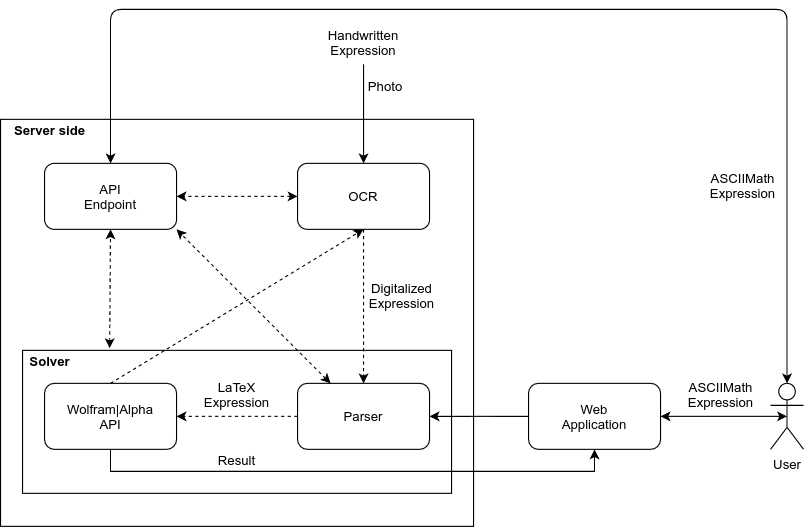
Before: images/sciq.png, a diagram exported from draw.io (hamzaamrani/SciQ). Source tidied: cells renumbered, new cells last; positions are measured from the earlier drawing's top-left corner, leaving out a move shared by most shapes. Source of this version:
```xml
<mxGraphModel>
  <root>
    <mxCell id="0" />
    <mxCell id="1" parent="0" />
    <mxCell id="2" style="rounded=0;whiteSpace=wrap;html=1;" parent="1" vertex="1">
      <mxGeometry y="100" width="430" height="370" as="geometry" />
    </mxCell>
    <mxCell id="3" value="User" style="shape=umlActor;verticalLabelPosition=bottom;labelBackgroundColor=#ffffff;verticalAlign=top;html=1;outlineConnect=0;" parent="1" vertex="1">
      <mxGeometry x="700" y="340" width="30" height="60" as="geometry" />
    </mxCell>
    <mxCell id="4" value="ASCIIMath&lt;br&gt;Expression" style="text;html=1;strokeColor=none;fillColor=none;align=center;verticalAlign=middle;whiteSpace=wrap;rounded=0;" parent="1" vertex="1">
      <mxGeometry x="630" y="330" width="50" height="40" as="geometry" />
    </mxCell>
    <mxCell id="5" style="edgeStyle=orthogonalEdgeStyle;rounded=0;orthogonalLoop=1;jettySize=auto;html=1;entryX=0;entryY=0.5;entryDx=0;entryDy=0;" parent="1" edge="1">
      <mxGeometry relative="1" as="geometry">
        <mxPoint x="250" y="310" as="sourcePoint" />
      </mxGeometry>
    </mxCell>
    <mxCell id="6" style="edgeStyle=orthogonalEdgeStyle;rounded=0;jettySize=auto;html=1;" parent="1" edge="1" target="8">
      <mxGeometry relative="1" as="geometry">
        <mxPoint x="330" y="50" as="sourcePoint" />
      </mxGeometry>
    </mxCell>
    <mxCell id="7" value="Handwritten&lt;br&gt;Expression" style="text;html=1;strokeColor=none;fillColor=none;align=center;verticalAlign=middle;whiteSpace=wrap;rounded=0;" parent="1" vertex="1">
      <mxGeometry x="310" y="20" width="40" height="20" as="geometry" />
    </mxCell>
    <mxCell id="8" style="rounded=1;whiteSpace=wrap;html=1;" parent="1" vertex="1">
      <mxGeometry x="270" y="140" width="120" height="60" as="geometry" />
    </mxCell>
    <mxCell id="9" value="OCR" style="text;html=1;strokeColor=none;fillColor=none;align=center;verticalAlign=middle;whiteSpace=wrap;rounded=0;" parent="1" vertex="1">
      <mxGeometry x="310" y="160" width="40" height="20" as="geometry" />
    </mxCell>
    <mxCell id="10" value="Photo" style="text;html=1;strokeColor=none;fillColor=none;align=center;verticalAlign=middle;whiteSpace=wrap;rounded=0;" parent="1" vertex="1">
      <mxGeometry x="330" y="60" width="40" height="20" as="geometry" />
    </mxCell>
    <mxCell id="11" value="Digitalized&lt;br&gt;Expression" style="text;html=1;strokeColor=none;fillColor=none;align=center;verticalAlign=middle;whiteSpace=wrap;rounded=0;" parent="1" vertex="1">
      <mxGeometry x="345" y="250" width="40" height="20" as="geometry" />
    </mxCell>
    <mxCell id="12" style="rounded=1;whiteSpace=wrap;html=1;direction=west;" parent="1" vertex="1">
      <mxGeometry x="480" y="340" width="120" height="60" as="geometry" />
    </mxCell>
    <mxCell id="13" value="Web&lt;br&gt;Application" style="text;html=1;strokeColor=none;fillColor=none;align=center;verticalAlign=middle;whiteSpace=wrap;rounded=0;" parent="1" vertex="1">
      <mxGeometry x="515" y="350" width="50" height="40" as="geometry" />
    </mxCell>
    <mxCell id="14" value="&lt;b&gt;Server side&lt;/b&gt;" style="text;html=1;strokeColor=none;fillColor=none;align=center;verticalAlign=middle;whiteSpace=wrap;rounded=0;" parent="1" vertex="1">
      <mxGeometry x="10" y="100" width="70" height="20" as="geometry" />
    </mxCell>
    <mxCell id="15" style="rounded=1;whiteSpace=wrap;html=1;" parent="1" vertex="1">
      <mxGeometry x="40" y="140" width="120" height="60" as="geometry" />
    </mxCell>
    <mxCell id="16" value="API&lt;br&gt;Endpoint" style="text;html=1;strokeColor=none;fillColor=none;align=center;verticalAlign=middle;whiteSpace=wrap;rounded=0;" parent="1" vertex="1">
      <mxGeometry x="80" y="160" width="40" height="20" as="geometry" />
    </mxCell>
    <mxCell id="17" style="rounded=0;whiteSpace=wrap;html=1;" parent="1" vertex="1">
      <mxGeometry x="20" y="310" width="390" height="130" as="geometry" />
    </mxCell>
    <mxCell id="18" style="edgeStyle=orthogonalEdgeStyle;rounded=0;jettySize=auto;html=1;entryX=0;entryY=0.5;entryDx=0;entryDy=0;dashed=1;" parent="1" edge="1" source="19" target="21">
      <mxGeometry relative="1" as="geometry" />
    </mxCell>
    <mxCell id="19" style="rounded=1;whiteSpace=wrap;html=1;direction=west;" parent="1" vertex="1">
      <mxGeometry x="270" y="340" width="120" height="60" as="geometry" />
    </mxCell>
    <mxCell id="20" value="Parser" style="text;html=1;strokeColor=none;fillColor=none;align=center;verticalAlign=middle;whiteSpace=wrap;rounded=0;" parent="1" vertex="1">
      <mxGeometry x="310" y="360" width="40" height="20" as="geometry" />
    </mxCell>
    <mxCell id="21" style="rounded=1;whiteSpace=wrap;html=1;direction=west;" parent="1" vertex="1">
      <mxGeometry x="40" y="340" width="120" height="60" as="geometry" />
    </mxCell>
    <mxCell id="22" value="LaTeX&lt;br&gt;Expression" style="text;html=1;strokeColor=none;fillColor=none;align=center;verticalAlign=middle;whiteSpace=wrap;rounded=0;" parent="1" vertex="1">
      <mxGeometry x="190" y="330" width="50" height="40" as="geometry" />
    </mxCell>
    <mxCell id="23" value="Wolfram|Alpha&lt;br&gt;API" style="text;html=1;strokeColor=none;fillColor=none;align=center;verticalAlign=middle;whiteSpace=wrap;rounded=0;" parent="1" vertex="1">
      <mxGeometry x="80" y="360" width="40" height="20" as="geometry" />
    </mxCell>
    <mxCell id="24" value="Result" style="text;html=1;strokeColor=none;fillColor=none;align=center;verticalAlign=middle;whiteSpace=wrap;rounded=0;" parent="1" vertex="1">
      <mxGeometry x="195" y="400" width="40" height="20" as="geometry" />
    </mxCell>
    <mxCell id="25" style="edgeStyle=orthogonalEdgeStyle;curved=1;jettySize=auto;html=1;entryX=0;entryY=0.5;entryDx=0;entryDy=0;exitX=1;exitY=0.5;exitDx=0;exitDy=0;" parent="1" edge="1" source="12" target="19">
      <mxGeometry relative="1" as="geometry" />
    </mxCell>
    <mxCell id="26" style="edgeStyle=orthogonalEdgeStyle;jettySize=auto;html=1;entryX=0.5;entryY=0;entryDx=0;entryDy=0;rounded=0;" parent="1" edge="1" source="21" target="12">
      <mxGeometry relative="1" as="geometry">
        <Array as="points">
          <mxPoint x="100" y="420" />
          <mxPoint x="540" y="420" />
        </Array>
      </mxGeometry>
    </mxCell>
    <mxCell id="27" value="&lt;b&gt;Solver&lt;/b&gt;" style="text;html=1;strokeColor=none;fillColor=none;align=center;verticalAlign=middle;whiteSpace=wrap;rounded=0;" parent="1" vertex="1">
      <mxGeometry x="25" y="310" width="40" height="20" as="geometry" />
    </mxCell>
    <mxCell id="28" style="edgeStyle=orthogonalEdgeStyle;rounded=0;jettySize=auto;html=1;entryX=0.5;entryY=1;entryDx=0;entryDy=0;dashed=1;" parent="1" edge="1" source="8" target="19">
      <mxGeometry relative="1" as="geometry" />
    </mxCell>
    <mxCell id="29" value="ASCIIMath&lt;br&gt;Expression" style="text;html=1;strokeColor=none;fillColor=none;align=center;verticalAlign=middle;whiteSpace=wrap;rounded=0;" parent="1" vertex="1">
      <mxGeometry x="650" y="140" width="50" height="40" as="geometry" />
    </mxCell>
    <mxCell id="30" style="endArrow=classic;startArrow=classic;html=1;exitX=0;exitY=0.5;exitDx=0;exitDy=0;entryX=0.5;entryY=0.5;entryDx=0;entryDy=0;entryPerimeter=0;" parent="1" edge="1" source="12" target="3">
      <mxGeometry relative="1" as="geometry" />
    </mxCell>
    <mxCell id="31" style="endArrow=classic;startArrow=classic;html=1;exitX=0.5;exitY=0;exitDx=0;exitDy=0;exitPerimeter=0;entryX=0.5;entryY=0;entryDx=0;entryDy=0;" parent="1" edge="1" source="3" target="15">
      <mxGeometry relative="1" as="geometry">
        <Array as="points">
          <mxPoint x="715" />
          <mxPoint x="100" />
        </Array>
      </mxGeometry>
    </mxCell>
    <mxCell id="32" style="endArrow=classic;startArrow=classic;html=1;exitX=0.75;exitY=1;exitDx=0;exitDy=0;dashed=1;curved=1;" parent="1" edge="1" source="19">
      <mxGeometry relative="1" as="geometry">
        <mxPoint x="160" y="200" as="targetPoint" />
      </mxGeometry>
    </mxCell>
    <mxCell id="33" style="endArrow=classic;startArrow=classic;html=1;entryX=0.5;entryY=1;entryDx=0;entryDy=0;exitX=0.203;exitY=-0.015;exitDx=0;exitDy=0;dashed=1;exitPerimeter=0;" parent="1" edge="1" source="17" target="15">
      <mxGeometry relative="1" as="geometry" />
    </mxCell>
    <mxCell id="34" style="endArrow=classic;startArrow=classic;html=1;entryX=1;entryY=0.5;entryDx=0;entryDy=0;exitX=0;exitY=0.5;exitDx=0;exitDy=0;dashed=1;" parent="1" edge="1" source="8" target="15">
      <mxGeometry relative="1" as="geometry" />
    </mxCell>
    <mxCell id="35" style="endArrow=classic;html=1;exitX=0.5;exitY=1;exitDx=0;exitDy=0;entryX=0.5;entryY=1;entryDx=0;entryDy=0;dashed=1;" parent="1" edge="1" source="21" target="8">
      <mxGeometry relative="1" as="geometry" />
    </mxCell>
  </root>
</mxGraphModel>
```
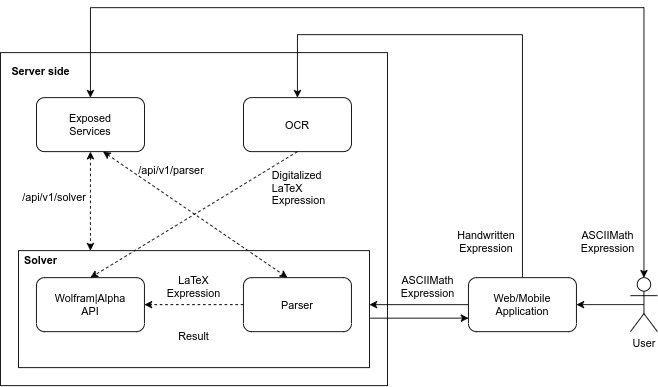
After the change.

Commit message:
Add new app schema img

Change to the diagram source:
```diff
@@ -3,44 +3,49 @@
     <mxCell id="0" />
     <mxCell id="1" parent="0" />
     <mxCell id="2" style="rounded=0;whiteSpace=wrap;html=1;" parent="1" vertex="1">
-      <mxGeometry y="100" width="430" height="370" as="geometry" />
+      <mxGeometry y="90" width="430" height="370" as="geometry" />
     </mxCell>
+    <mxCell id="31" style="edgeStyle=orthogonalEdgeStyle;rounded=0;jettySize=auto;html=1;entryX=0.5;entryY=0;entryDx=0;entryDy=0;startArrow=classic;startFill=1;endArrow=classic;endFill=1;" parent="1" edge="1" source="3" target="15">
+      <mxGeometry relative="1" as="geometry">
+        <Array as="points">
+          <mxPoint x="715" y="40" />
+          <mxPoint x="100" y="40" />
+        </Array>
+      </mxGeometry>
+    </mxCell>
     <mxCell id="3" value="User" style="shape=umlActor;verticalLabelPosition=bottom;labelBackgroundColor=#ffffff;verticalAlign=top;html=1;outlineConnect=0;" parent="1" vertex="1">
       <mxGeometry x="700" y="340" width="30" height="60" as="geometry" />
     </mxCell>
     <mxCell id="4" value="ASCIIMath&lt;br&gt;Expression" style="text;html=1;strokeColor=none;fillColor=none;align=center;verticalAlign=middle;whiteSpace=wrap;rounded=0;" parent="1" vertex="1">
-      <mxGeometry x="630" y="330" width="50" height="40" as="geometry" />
+      <mxGeometry x="450" y="330" width="50" height="40" as="geometry" />
     </mxCell>
     <mxCell id="5" style="edgeStyle=orthogonalEdgeStyle;rounded=0;orthogonalLoop=1;jettySize=auto;html=1;entryX=0;entryY=0.5;entryDx=0;entryDy=0;" parent="1" edge="1">
       <mxGeometry relative="1" as="geometry">
         <mxPoint x="250" y="310" as="sourcePoint" />
       </mxGeometry>
     </mxCell>
-    <mxCell id="6" style="edgeStyle=orthogonalEdgeStyle;rounded=0;jettySize=auto;html=1;" parent="1" edge="1" target="8">
-      <mxGeometry relative="1" as="geometry">
-        <mxPoint x="330" y="50" as="sourcePoint" />
-      </mxGeometry>
-    </mxCell>
     <mxCell id="7" value="Handwritten&lt;br&gt;Expression" style="text;html=1;strokeColor=none;fillColor=none;align=center;verticalAlign=middle;whiteSpace=wrap;rounded=0;" parent="1" vertex="1">
-      <mxGeometry x="310" y="20" width="40" height="20" as="geometry" />
+      <mxGeometry x="520" y="290" width="40" height="20" as="geometry" />
     </mxCell>
-    <mxCell id="8" style="rounded=1;whiteSpace=wrap;html=1;" parent="1" vertex="1">
+    <mxCell id="8" style="rounded=1;whiteSpace=wrap;html=1;strokeColor=#000000;" parent="1" vertex="1">
       <mxGeometry x="270" y="140" width="120" height="60" as="geometry" />
     </mxCell>
     <mxCell id="9" value="OCR" style="text;html=1;strokeColor=none;fillColor=none;align=center;verticalAlign=middle;whiteSpace=wrap;rounded=0;" parent="1" vertex="1">
       <mxGeometry x="310" y="160" width="40" height="20" as="geometry" />
     </mxCell>
-    <mxCell id="10" value="Photo" style="text;html=1;strokeColor=none;fillColor=none;align=center;verticalAlign=middle;whiteSpace=wrap;rounded=0;" parent="1" vertex="1">
-      <mxGeometry x="330" y="60" width="40" height="20" as="geometry" />
-    </mxCell>
-    <mxCell id="11" value="Digitalized&lt;br&gt;Expression" style="text;html=1;strokeColor=none;fillColor=none;align=center;verticalAlign=middle;whiteSpace=wrap;rounded=0;" parent="1" vertex="1">
-      <mxGeometry x="345" y="250" width="40" height="20" as="geometry" />
-    </mxCell>
+    <mxCell id="36" style="edgeStyle=orthogonalEdgeStyle;rounded=0;jettySize=auto;html=1;entryX=0.5;entryY=0;entryDx=0;entryDy=0;startArrow=none;startFill=0;endArrow=classic;endFill=1;" parent="1" edge="1" source="12" target="8">
+      <mxGeometry relative="1" as="geometry">
+        <Array as="points">
+          <mxPoint x="580" y="70" />
+          <mxPoint x="330" y="70" />
+        </Array>
+      </mxGeometry>
+    </mxCell>
     <mxCell id="12" style="rounded=1;whiteSpace=wrap;html=1;direction=west;" parent="1" vertex="1">
-      <mxGeometry x="480" y="340" width="120" height="60" as="geometry" />
+      <mxGeometry x="520" y="340" width="120" height="60" as="geometry" />
     </mxCell>
-    <mxCell id="13" value="Web&lt;br&gt;Application" style="text;html=1;strokeColor=none;fillColor=none;align=center;verticalAlign=middle;whiteSpace=wrap;rounded=0;" parent="1" vertex="1">
-      <mxGeometry x="515" y="350" width="50" height="40" as="geometry" />
+    <mxCell id="13" value="Web/Mobile&lt;br&gt;Application" style="text;html=1;strokeColor=none;fillColor=none;align=center;verticalAlign=middle;whiteSpace=wrap;rounded=0;" parent="1" vertex="1">
+      <mxGeometry x="555" y="350" width="50" height="40" as="geometry" />
     </mxCell>
     <mxCell id="14" value="&lt;b&gt;Server side&lt;/b&gt;" style="text;html=1;strokeColor=none;fillColor=none;align=center;verticalAlign=middle;whiteSpace=wrap;rounded=0;" parent="1" vertex="1">
       <mxGeometry x="10" y="100" width="70" height="20" as="geometry" />
@@ -48,7 +53,7 @@
     <mxCell id="15" style="rounded=1;whiteSpace=wrap;html=1;" parent="1" vertex="1">
       <mxGeometry x="40" y="140" width="120" height="60" as="geometry" />
     </mxCell>
-    <mxCell id="16" value="API&lt;br&gt;Endpoint" style="text;html=1;strokeColor=none;fillColor=none;align=center;verticalAlign=middle;whiteSpace=wrap;rounded=0;" parent="1" vertex="1">
+    <mxCell id="16" value="Exposed&lt;br&gt;Services" style="text;html=1;strokeColor=none;fillColor=none;align=center;verticalAlign=middle;whiteSpace=wrap;rounded=0;" parent="1" vertex="1">
       <mxGeometry x="80" y="160" width="40" height="20" as="geometry" />
     </mxCell>
     <mxCell id="17" style="rounded=0;whiteSpace=wrap;html=1;" parent="1" vertex="1">
@@ -72,53 +77,45 @@
     <mxCell id="23" value="Wolfram|Alpha&lt;br&gt;API" style="text;html=1;strokeColor=none;fillColor=none;align=center;verticalAlign=middle;whiteSpace=wrap;rounded=0;" parent="1" vertex="1">
       <mxGeometry x="80" y="360" width="40" height="20" as="geometry" />
     </mxCell>
+    <mxCell id="25" style="edgeStyle=orthogonalEdgeStyle;curved=1;jettySize=auto;html=1;exitX=1;exitY=0.5;exitDx=0;exitDy=0;" parent="1" edge="1" source="12">
+      <mxGeometry relative="1" as="geometry">
+        <mxPoint x="410" y="370" as="targetPoint" />
+      </mxGeometry>
+    </mxCell>
+    <mxCell id="27" value="&lt;b&gt;Solver&lt;/b&gt;" style="text;html=1;strokeColor=none;fillColor=none;align=center;verticalAlign=middle;whiteSpace=wrap;rounded=0;" parent="1" vertex="1">
+      <mxGeometry x="25" y="310" width="40" height="20" as="geometry" />
+    </mxCell>
+    <mxCell id="30" style="endArrow=none;startArrow=classic;html=1;exitX=0;exitY=0.5;exitDx=0;exitDy=0;entryX=0.5;entryY=0.5;entryDx=0;entryDy=0;entryPerimeter=0;startFill=1;endFill=0;" parent="1" edge="1" source="12" target="3">
+      <mxGeometry relative="1" as="geometry" />
+    </mxCell>
     <mxCell id="24" value="Result" style="text;html=1;strokeColor=none;fillColor=none;align=center;verticalAlign=middle;whiteSpace=wrap;rounded=0;" parent="1" vertex="1">
-      <mxGeometry x="195" y="400" width="40" height="20" as="geometry" />
+      <mxGeometry x="190" y="390" width="50" height="30" as="geometry" />
     </mxCell>
-    <mxCell id="25" style="edgeStyle=orthogonalEdgeStyle;curved=1;jettySize=auto;html=1;entryX=0;entryY=0.5;entryDx=0;entryDy=0;exitX=1;exitY=0.5;exitDx=0;exitDy=0;" parent="1" edge="1" source="12" target="19">
-      <mxGeometry relative="1" as="geometry" />
-    </mxCell>
-    <mxCell id="26" style="edgeStyle=orthogonalEdgeStyle;jettySize=auto;html=1;entryX=0.5;entryY=0;entryDx=0;entryDy=0;rounded=0;" parent="1" edge="1" source="21" target="12">
-      <mxGeometry relative="1" as="geometry">
-        <Array as="points">
-          <mxPoint x="100" y="420" />
-          <mxPoint x="540" y="420" />
-        </Array>
-      </mxGeometry>
-    </mxCell>
-    <mxCell id="27" value="&lt;b&gt;Solver&lt;/b&gt;" style="text;html=1;strokeColor=none;fillColor=none;align=center;verticalAlign=middle;whiteSpace=wrap;rounded=0;" parent="1" vertex="1">
-      <mxGeometry x="25" y="310" width="40" height="20" as="geometry" />
-    </mxCell>
-    <mxCell id="28" style="edgeStyle=orthogonalEdgeStyle;rounded=0;jettySize=auto;html=1;entryX=0.5;entryY=1;entryDx=0;entryDy=0;dashed=1;" parent="1" edge="1" source="8" target="19">
-      <mxGeometry relative="1" as="geometry" />
-    </mxCell>
+    <mxCell id="37" style="endArrow=classic;html=1;dashed=1;entryX=0.205;entryY=0;entryDx=0;entryDy=0;entryPerimeter=0;endFill=1;startArrow=classic;startFill=1;strokeColor=#000000;" parent="1" edge="1" target="17">
+      <mxGeometry relative="1" as="geometry">
+        <mxPoint x="100" y="200" as="sourcePoint" />
+      </mxGeometry>
+    </mxCell>
+    <mxCell id="38" style="endArrow=classic;html=1;dashed=1;strokeColor=#000000;exitX=0.5;exitY=1;exitDx=0;exitDy=0;entryX=0.5;entryY=1;entryDx=0;entryDy=0;" parent="1" edge="1" source="8" target="21">
+      <mxGeometry relative="1" as="geometry" />
+    </mxCell>
+    <mxCell id="39" style="endArrow=classic;html=1;dashed=1;strokeColor=#000000;entryX=0.592;entryY=1;entryDx=0;entryDy=0;entryPerimeter=0;startArrow=classic;startFill=1;exitX=0.617;exitY=1;exitDx=0;exitDy=0;exitPerimeter=0;" parent="1" edge="1" source="15" target="19">
+      <mxGeometry relative="1" as="geometry" />
+    </mxCell>
+    <mxCell id="40" value="/api/v1/solver" style="text;html=1;strokeColor=none;fillColor=none;align=center;verticalAlign=middle;whiteSpace=wrap;rounded=0;" parent="1" vertex="1">
+      <mxGeometry x="40" y="240" width="40" height="20" as="geometry" />
+    </mxCell>
+    <mxCell id="41" value="/api/v1/parser" style="text;html=1;strokeColor=none;fillColor=none;align=center;verticalAlign=middle;whiteSpace=wrap;rounded=0;" parent="1" vertex="1">
+      <mxGeometry x="170" y="210" width="40" height="20" as="geometry" />
+    </mxCell>
+    <mxCell id="42" value="Digitalized&lt;br&gt;LaTeX&lt;br&gt;Expression" style="text;html=1;strokeColor=none;fillColor=none;align=left;verticalAlign=middle;whiteSpace=wrap;rounded=0;" parent="1" vertex="1">
+      <mxGeometry x="300" y="230" width="40" height="20" as="geometry" />
+    </mxCell>
     <mxCell id="29" value="ASCIIMath&lt;br&gt;Expression" style="text;html=1;strokeColor=none;fillColor=none;align=center;verticalAlign=middle;whiteSpace=wrap;rounded=0;" parent="1" vertex="1">
-      <mxGeometry x="650" y="140" width="50" height="40" as="geometry" />
+      <mxGeometry x="650" y="280" width="50" height="40" as="geometry" />
     </mxCell>
-    <mxCell id="30" style="endArrow=classic;startArrow=classic;html=1;exitX=0;exitY=0.5;exitDx=0;exitDy=0;entryX=0.5;entryY=0.5;entryDx=0;entryDy=0;entryPerimeter=0;" parent="1" edge="1" source="12" target="3">
-      <mxGeometry relative="1" as="geometry" />
-    </mxCell>
-    <mxCell id="31" style="endArrow=classic;startArrow=classic;html=1;exitX=0.5;exitY=0;exitDx=0;exitDy=0;exitPerimeter=0;entryX=0.5;entryY=0;entryDx=0;entryDy=0;" parent="1" edge="1" source="3" target="15">
-      <mxGeometry relative="1" as="geometry">
-        <Array as="points">
-          <mxPoint x="715" />
-          <mxPoint x="100" />
-        </Array>
-      </mxGeometry>
-    </mxCell>
-    <mxCell id="32" style="endArrow=classic;startArrow=classic;html=1;exitX=0.75;exitY=1;exitDx=0;exitDy=0;dashed=1;curved=1;" parent="1" edge="1" source="19">
-      <mxGeometry relative="1" as="geometry">
-        <mxPoint x="160" y="200" as="targetPoint" />
-      </mxGeometry>
-    </mxCell>
-    <mxCell id="33" style="endArrow=classic;startArrow=classic;html=1;entryX=0.5;entryY=1;entryDx=0;entryDy=0;exitX=0.203;exitY=-0.015;exitDx=0;exitDy=0;dashed=1;exitPerimeter=0;" parent="1" edge="1" source="17" target="15">
-      <mxGeometry relative="1" as="geometry" />
-    </mxCell>
-    <mxCell id="34" style="endArrow=classic;startArrow=classic;html=1;entryX=1;entryY=0.5;entryDx=0;entryDy=0;exitX=0;exitY=0.5;exitDx=0;exitDy=0;dashed=1;" parent="1" edge="1" source="8" target="15">
-      <mxGeometry relative="1" as="geometry" />
-    </mxCell>
-    <mxCell id="35" style="endArrow=classic;html=1;exitX=0.5;exitY=1;exitDx=0;exitDy=0;entryX=0.5;entryY=1;entryDx=0;entryDy=0;dashed=1;" parent="1" edge="1" source="21" target="8">
-      <mxGeometry relative="1" as="geometry" />
-    </mxCell>
+    <mxCell id="43" style="endArrow=classic;html=1;exitX=1.003;exitY=0.577;exitDx=0;exitDy=0;exitPerimeter=0;entryX=1;entryY=0.25;entryDx=0;entryDy=0;" parent="1" edge="1" source="17" target="12">
+      <mxGeometry relative="1" as="geometry" />
+    </mxCell>
   </root>
 </mxGraphModel>
```
